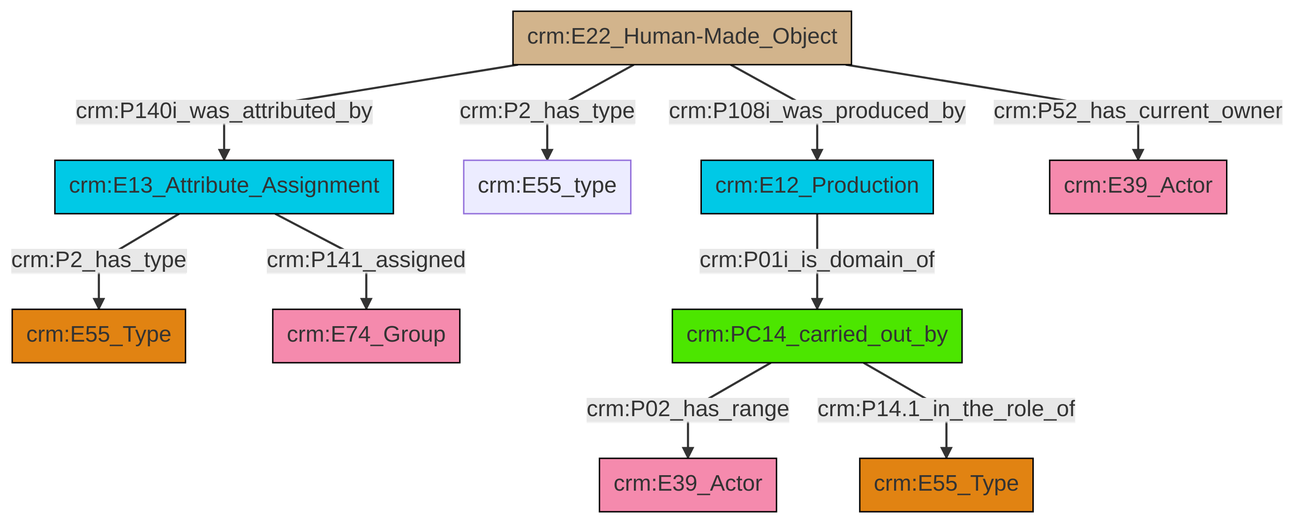
This is et/builtWorkCSV/ttl/mmd/png/Built_Work_actor_relations.png from swiss-art-research-net/reference-data-models, a Mermaid export, as it was before one commit. Its source is kept beside it as et/builtWorkCSV/ttl/mmd/Built_Work_actor_relations.ttl.mmd.
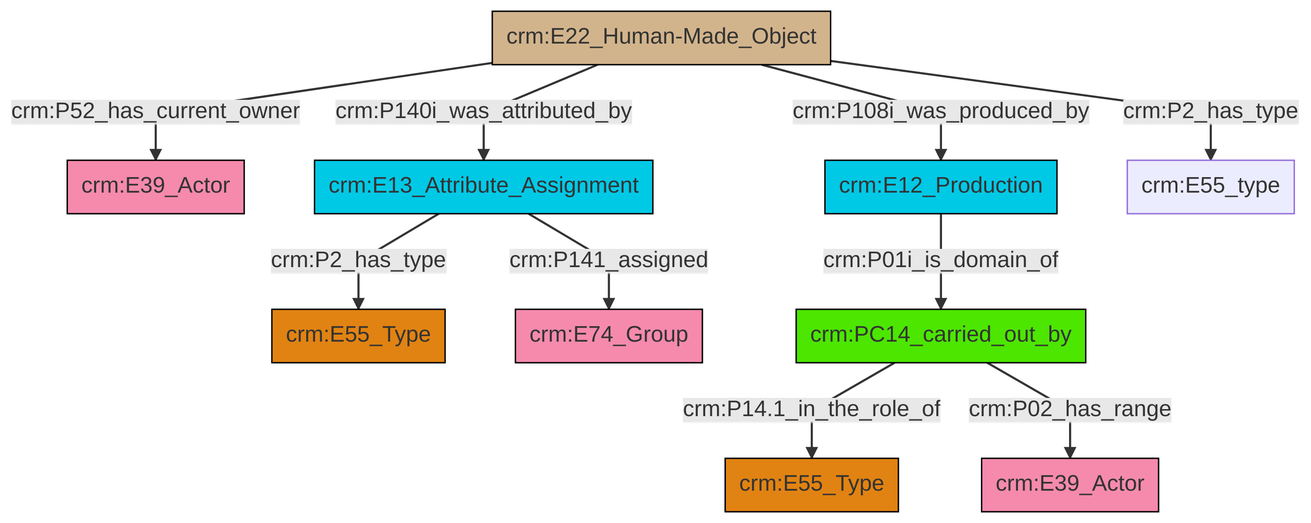
Above is the later version.

Change to the diagram source:
```diff
@@ -13,12 +13,12 @@
 classDef PC_Classes fill:#4ce600, stroke:#000000;
 classDef Multi fill:#cccccc,stroke:#000000;
 
-2["crm:E13_Attribute_Assignment"]:::Temporal_Entity -->|crm:P141_assigned| 3["crm:E74_Group"]:::Actor
-4["crm:E22_Human-Made_Object"]:::Physical_Thing -->|crm:P2_has_type| 5["crm:E55_type"]:::Default
-4["crm:E22_Human-Made_Object"]:::Physical_Thing -->|crm:P140i_was_attributed_by| 2["crm:E13_Attribute_Assignment"]:::Temporal_Entity
-4["crm:E22_Human-Made_Object"]:::Physical_Thing -->|crm:P52_has_current_owner| 8["crm:E39_Actor"]:::Actor
-2["crm:E13_Attribute_Assignment"]:::Temporal_Entity -->|crm:P2_has_type| 0["crm:E55_Type"]:::Type
-11["crm:PC14_carried_out_by"]:::PC_Classes -->|crm:P02_has_range| 14["crm:E39_Actor"]:::Actor
-4["crm:E22_Human-Made_Object"]:::Physical_Thing -->|crm:P108i_was_produced_by| 6["crm:E12_Production"]:::Temporal_Entity
-6["crm:E12_Production"]:::Temporal_Entity -->|crm:P01i_is_domain_of| 11["crm:PC14_carried_out_by"]:::PC_Classes
-11["crm:PC14_carried_out_by"]:::PC_Classes -->|crm:P14.1_in_the_role_of| 9["crm:E55_Type"]:::Type
+2["crm:E22_Human-Made_Object"]:::Physical_Thing -->|crm:P52_has_current_owner| 3["crm:E39_Actor"]:::Actor
+2["crm:E22_Human-Made_Object"]:::Physical_Thing -->|crm:P140i_was_attributed_by| 4["crm:E13_Attribute_Assignment"]:::Temporal_Entity
+4["crm:E13_Attribute_Assignment"]:::Temporal_Entity -->|crm:P2_has_type| 0["crm:E55_Type"]:::Type
+7["crm:PC14_carried_out_by"]:::PC_Classes -->|crm:P14.1_in_the_role_of| 8["crm:E55_Type"]:::Type
+10["crm:E12_Production"]:::Temporal_Entity -->|crm:P01i_is_domain_of| 7["crm:PC14_carried_out_by"]:::PC_Classes
+2["crm:E22_Human-Made_Object"]:::Physical_Thing -->|crm:P108i_was_produced_by| 10["crm:E12_Production"]:::Temporal_Entity
+4["crm:E13_Attribute_Assignment"]:::Temporal_Entity -->|crm:P141_assigned| 11["crm:E74_Group"]:::Actor
+2["crm:E22_Human-Made_Object"]:::Physical_Thing -->|crm:P2_has_type| 13["crm:E55_type"]:::Default
+7["crm:PC14_carried_out_by"]:::PC_Classes -->|crm:P02_has_range| 5["crm:E39_Actor"]:::Actor
```
